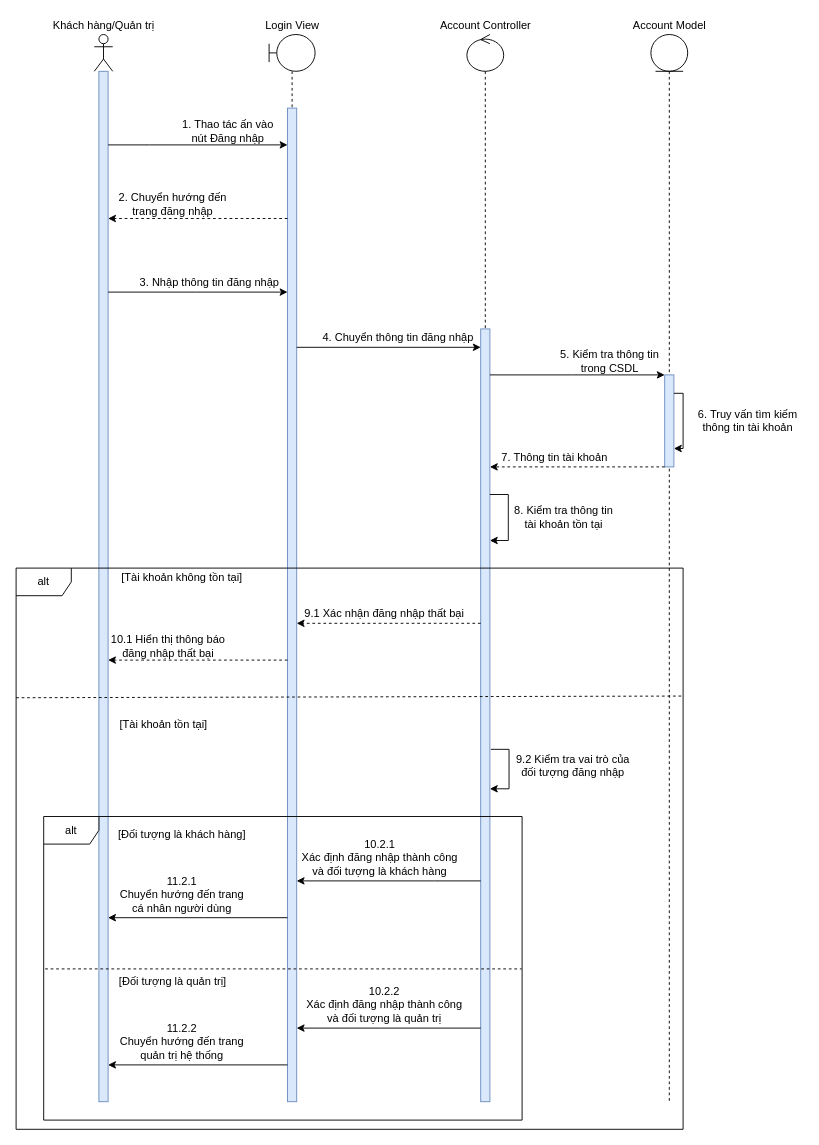
Earlier version of the draw.io diagram Nam3_HK1/CNPM_SoftTech/Sequence Diagrams/Nguyên Lộc/SD_ĐăngNhập.drawio (EdgarIgnite16/SGU-Course). Source tidied: cells renumbered, new cells numbered last; positions are measured from the earlier drawing's top-left corner, leaving out a move shared by most shapes. Both pictures are drawn from the tidied source at 92%, with x=0, y=0 at pixel (16, 16).
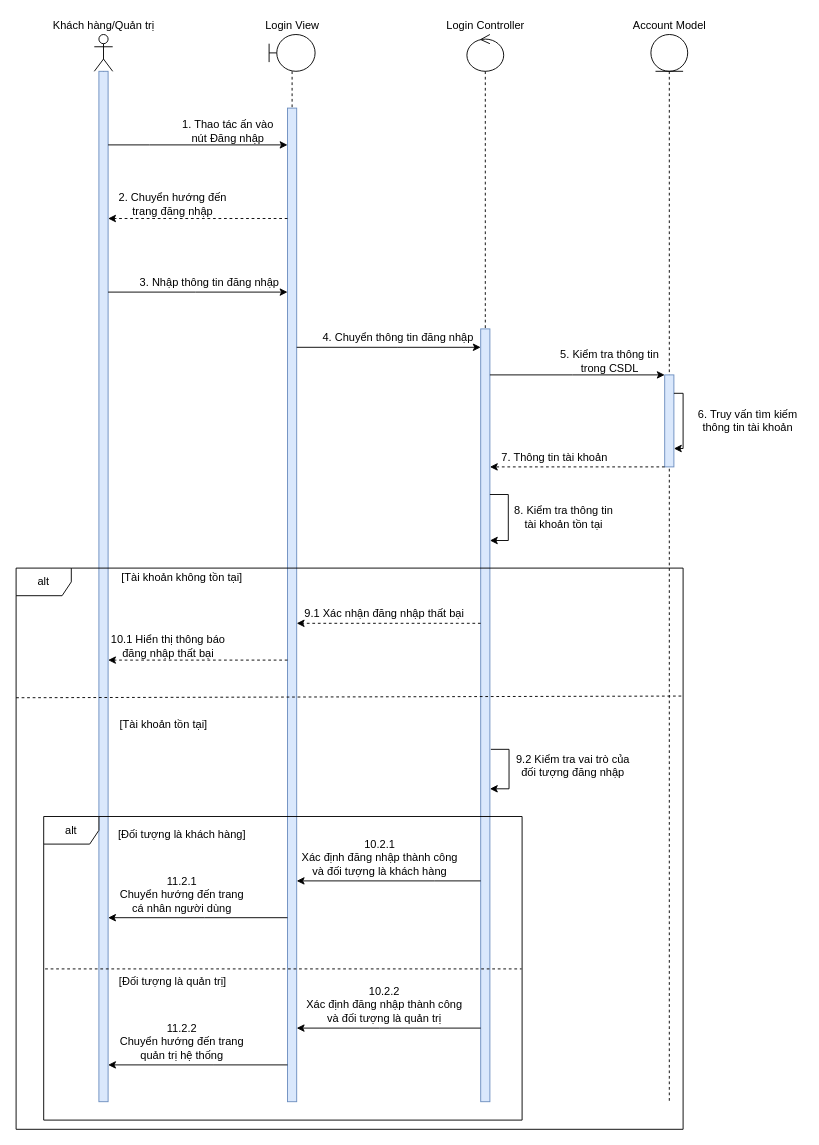
Above is the later version.

Diff of the diagram source:
```diff
@@
-    <mxCell id="12" value="Account Controller" style="text;html=1;align=center;verticalAlign=middle;strokeColor=none;fillColor=none;" parent="1" vertex="1">
-      <mxGeometry x="455" width="110" height="20" as="geometry" />
+    <mxCell id="12" value="Login Controller" style="text;html=1;align=center;verticalAlign=middle;strokeColor=none;fillColor=none;" parent="1" vertex="1">
+      <mxGeometry x="460" width="100" height="20" as="geometry" />
     </mxCell>
```
